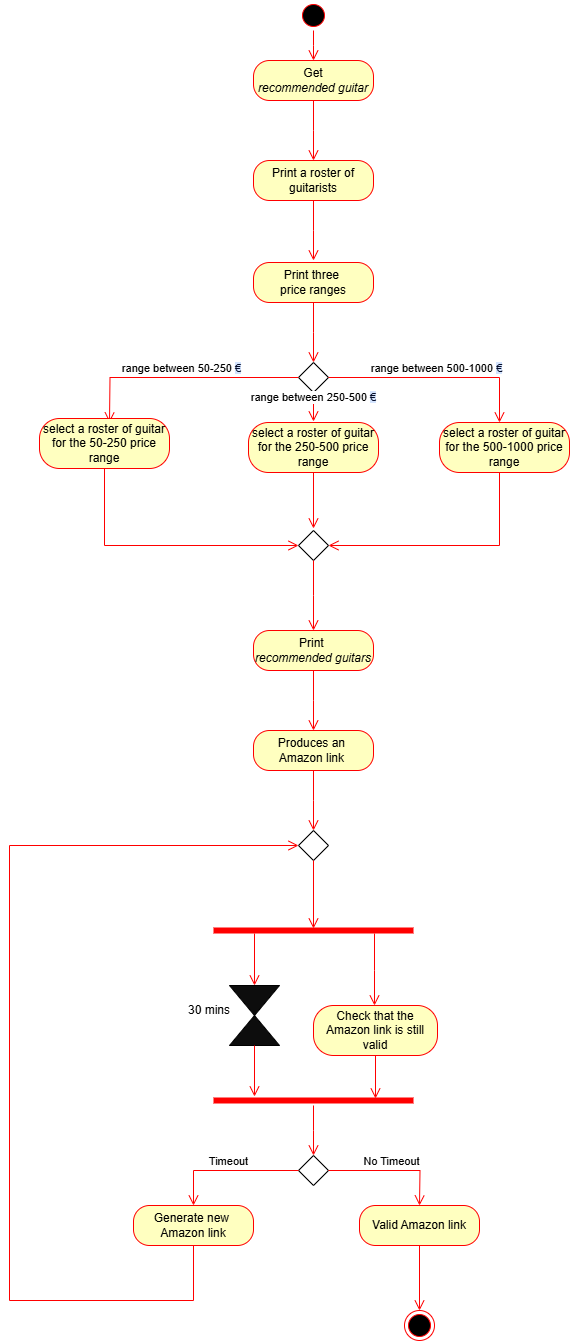
Above: ActivityDiagramM.drawio.png in TizianoLilli/ISPW-Project (draw.io), before the change. Source tidied: cells renumbered, new cells last; positions are measured from the earlier drawing's top-left corner, leaving out a move shared by most shapes.
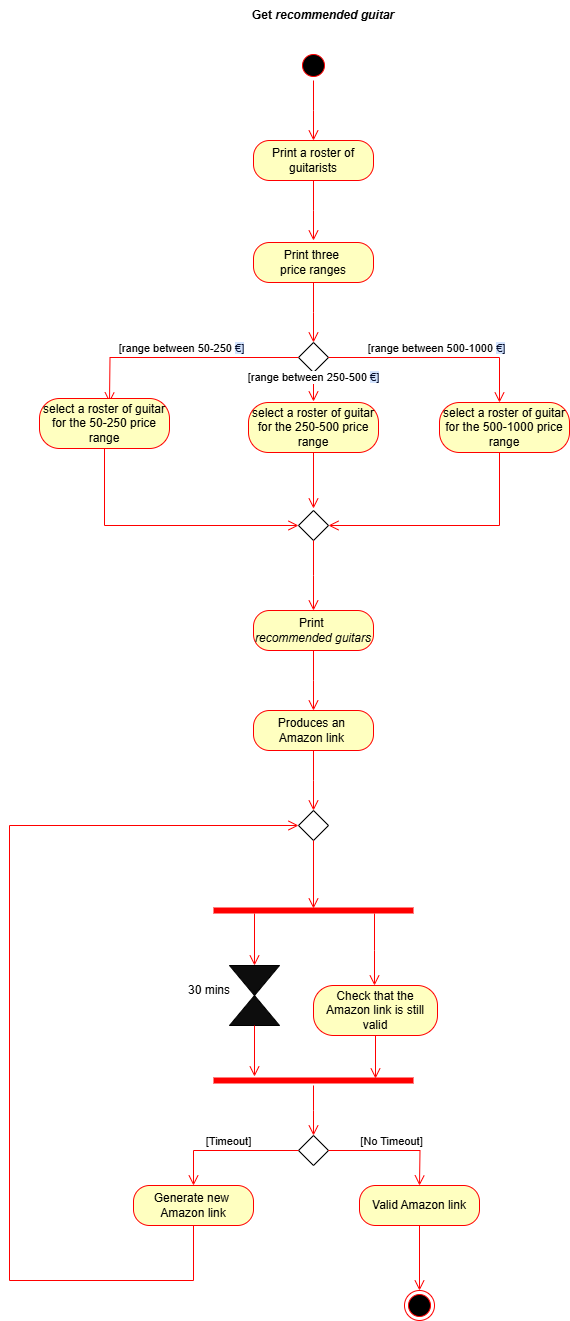
After the commit.

Change to the diagram source:
```diff
@@ -2,22 +2,6 @@
   <root>
     <mxCell id="0" />
     <mxCell id="1" parent="0" />
-    <mxCell id="2" style="ellipse;html=1;shape=startState;fillColor=#000000;strokeColor=#ff0000;" parent="1" vertex="1">
-      <mxGeometry x="289" width="30" height="30" as="geometry" />
-    </mxCell>
-    <mxCell id="3" style="edgeStyle=orthogonalEdgeStyle;html=1;verticalAlign=bottom;endArrow=open;endSize=8;strokeColor=#ff0000;rounded=0;" parent="1" edge="1" source="2">
-      <mxGeometry relative="1" as="geometry">
-        <mxPoint x="304" y="60" as="targetPoint" />
-      </mxGeometry>
-    </mxCell>
-    <mxCell id="4" value="Get&lt;br&gt;&lt;i&gt;recommended guitar&lt;/i&gt;" style="rounded=1;whiteSpace=wrap;html=1;arcSize=40;fontColor=#000000;fillColor=#ffffc0;strokeColor=#ff0000;" parent="1" vertex="1">
-      <mxGeometry x="244" y="60" width="120" height="40" as="geometry" />
-    </mxCell>
-    <mxCell id="5" style="edgeStyle=orthogonalEdgeStyle;html=1;verticalAlign=bottom;endArrow=open;endSize=8;strokeColor=#ff0000;rounded=0;" parent="1" edge="1" source="4">
-      <mxGeometry relative="1" as="geometry">
-        <mxPoint x="304" y="160" as="targetPoint" />
-      </mxGeometry>
-    </mxCell>
     <mxCell id="6" value="Print three&amp;nbsp;&lt;div&gt;price ranges&lt;/div&gt;" style="rounded=1;whiteSpace=wrap;html=1;arcSize=40;fontColor=#000000;fillColor=#ffffc0;strokeColor=#ff0000;" parent="1" vertex="1">
       <mxGeometry x="244" y="262" width="120" height="40" as="geometry" />
     </mxCell>
@@ -29,7 +13,7 @@
     <mxCell id="8" style="rhombus;whiteSpace=wrap;html=1;" parent="1" vertex="1">
       <mxGeometry x="289" y="362" width="30" height="30" as="geometry" />
     </mxCell>
-    <mxCell id="9" value="range between 500-1000&amp;nbsp;&lt;span style=&quot;text-wrap-mode: wrap; background-image: linear-gradient(90deg, rgb(211, 227, 253) 50%, rgba(0, 0, 0, 0) 50%); background-position: 0% 0px; background-size: 200% 100%; background-repeat: no-repeat; background-attachment: initial; background-origin: initial; background-clip: initial; color: rgb(4, 12, 40); animation: 0.75s cubic-bezier(0.05, 0.7, 0.1, 1) 0.25s 1 normal forwards running highlight; text-align: left;&quot;&gt;€&lt;/span&gt;" style="edgeStyle=orthogonalEdgeStyle;html=1;verticalAlign=bottom;endArrow=open;endSize=8;strokeColor=#ff0000;rounded=0;exitX=1;exitY=0.5;exitDx=0;exitDy=0;" parent="1" edge="1" source="8">
+    <mxCell id="9" value="[range between 500-1000&amp;nbsp;&lt;span style=&quot;text-wrap-mode: wrap; background-image: linear-gradient(90deg, rgb(211, 227, 253) 50%, rgba(0, 0, 0, 0) 50%); background-position: 0% 0px; background-size: 200% 100%; background-repeat: no-repeat; background-attachment: initial; background-origin: initial; background-clip: initial; color: rgb(4, 12, 40); animation: 0.75s cubic-bezier(0.05, 0.7, 0.1, 1) 0.25s 1 normal forwards running highlight; text-align: left;&quot;&gt;€]&lt;/span&gt;" style="edgeStyle=orthogonalEdgeStyle;html=1;verticalAlign=bottom;endArrow=open;endSize=8;strokeColor=#ff0000;rounded=0;exitX=1;exitY=0.5;exitDx=0;exitDy=0;" parent="1" edge="1" source="8">
       <mxGeometry relative="1" as="geometry">
         <mxPoint x="490" y="422" as="targetPoint" />
         <Array as="points">
@@ -46,7 +30,7 @@
         </Array>
       </mxGeometry>
     </mxCell>
-    <mxCell id="11" value="range between 250-500&amp;nbsp;&lt;span style=&quot;text-wrap-mode: wrap; background-image: linear-gradient(90deg, rgb(211, 227, 253) 50%, rgba(0, 0, 0, 0) 50%); background-position: 0% 0px; background-size: 200% 100%; background-repeat: no-repeat; background-attachment: initial; background-origin: initial; background-clip: initial; color: rgb(4, 12, 40); animation: 0.75s cubic-bezier(0.05, 0.7, 0.1, 1) 0.25s 1 normal forwards running highlight; text-align: left;&quot;&gt;€&lt;/span&gt;" style="edgeStyle=orthogonalEdgeStyle;html=1;verticalAlign=bottom;endArrow=open;endSize=8;strokeColor=#ff0000;rounded=0;exitX=0.5;exitY=1;exitDx=0;exitDy=0;" parent="1" edge="1">
+    <mxCell id="11" value="[range between 250-500&amp;nbsp;&lt;span style=&quot;text-wrap-mode: wrap; background-image: linear-gradient(90deg, rgb(211, 227, 253) 50%, rgba(0, 0, 0, 0) 50%); background-position: 0% 0px; background-size: 200% 100%; background-repeat: no-repeat; background-attachment: initial; background-origin: initial; background-clip: initial; color: rgb(4, 12, 40); animation: 0.75s cubic-bezier(0.05, 0.7, 0.1, 1) 0.25s 1 normal forwards running highlight; text-align: left;&quot;&gt;€]&lt;/span&gt;" style="edgeStyle=orthogonalEdgeStyle;html=1;verticalAlign=bottom;endArrow=open;endSize=8;strokeColor=#ff0000;rounded=0;exitX=0.5;exitY=1;exitDx=0;exitDy=0;" parent="1" edge="1">
       <mxGeometry relative="1" as="geometry">
         <mxPoint x="304" y="391" as="sourcePoint" />
         <mxPoint x="304" y="421" as="targetPoint" />
@@ -58,7 +42,7 @@
         <mxPoint x="304" y="528" as="targetPoint" />
       </mxGeometry>
     </mxCell>
-    <mxCell id="13" value="range between 50-250&amp;nbsp;&lt;span style=&quot;background-image: linear-gradient(90deg, rgb(211, 227, 253) 50%, rgba(0, 0, 0, 0) 50%); background-position: 0% 0px; background-size: 200% 100%; background-repeat: no-repeat; background-attachment: initial; background-origin: initial; background-clip: initial; color: rgb(4, 12, 40); animation: 0.75s cubic-bezier(0.05, 0.7, 0.1, 1) 0.25s 1 normal forwards running highlight; text-align: left; text-wrap-mode: wrap; background-color: rgb(255, 255, 255);&quot;&gt;&lt;font style=&quot;font-size: 11px;&quot;&gt;€&lt;/font&gt;&lt;/span&gt;" style="edgeStyle=orthogonalEdgeStyle;html=1;verticalAlign=bottom;endArrow=open;endSize=8;strokeColor=#ff0000;rounded=0;exitX=0;exitY=0.5;exitDx=0;exitDy=0;" parent="1" edge="1" source="8">
+    <mxCell id="13" value="[range between 50-250&amp;nbsp;&lt;span style=&quot;background-image: linear-gradient(90deg, rgb(211, 227, 253) 50%, rgba(0, 0, 0, 0) 50%); background-position: 0% 0px; background-size: 200% 100%; background-repeat: no-repeat; background-attachment: initial; background-origin: initial; background-clip: initial; color: rgb(4, 12, 40); animation: 0.75s cubic-bezier(0.05, 0.7, 0.1, 1) 0.25s 1 normal forwards running highlight; text-align: left; text-wrap-mode: wrap; background-color: rgb(255, 255, 255);&quot;&gt;&lt;font style=&quot;font-size: 11px;&quot;&gt;€]&lt;/font&gt;&lt;/span&gt;" style="edgeStyle=orthogonalEdgeStyle;html=1;verticalAlign=bottom;endArrow=open;endSize=8;strokeColor=#ff0000;rounded=0;exitX=0;exitY=0.5;exitDx=0;exitDy=0;" parent="1" edge="1" source="8">
       <mxGeometry relative="1" as="geometry">
         <mxPoint x="100" y="422" as="targetPoint" />
       </mxGeometry>
@@ -152,7 +136,7 @@
         <mxPoint x="304" y="1155" as="targetPoint" />
       </mxGeometry>
     </mxCell>
-    <mxCell id="38" value="No Timeout" style="edgeStyle=orthogonalEdgeStyle;html=1;verticalAlign=bottom;endArrow=open;endSize=8;strokeColor=#ff0000;rounded=0;exitX=1;exitY=0.5;exitDx=0;exitDy=0;" parent="1" edge="1" source="30">
+    <mxCell id="38" value="[No Timeout]" style="edgeStyle=orthogonalEdgeStyle;html=1;verticalAlign=bottom;endArrow=open;endSize=8;strokeColor=#ff0000;rounded=0;exitX=1;exitY=0.5;exitDx=0;exitDy=0;" parent="1" edge="1" source="30">
       <mxGeometry relative="1" as="geometry">
         <mxPoint x="410" y="1205" as="targetPoint" />
       </mxGeometry>
@@ -160,7 +144,7 @@
     <mxCell id="39" value="Valid Amazon link" style="rounded=1;whiteSpace=wrap;html=1;arcSize=40;fontColor=#000000;fillColor=#ffffc0;strokeColor=#ff0000;" parent="1" vertex="1">
       <mxGeometry x="350" y="1205" width="120" height="40" as="geometry" />
     </mxCell>
-    <mxCell id="40" value="Timeout" style="edgeStyle=orthogonalEdgeStyle;html=1;verticalAlign=bottom;endArrow=open;endSize=8;strokeColor=#ff0000;rounded=0;exitX=0;exitY=0.5;exitDx=0;exitDy=0;" parent="1" edge="1" source="30" target="41">
+    <mxCell id="40" value="[Timeout]" style="edgeStyle=orthogonalEdgeStyle;html=1;verticalAlign=bottom;endArrow=open;endSize=8;strokeColor=#ff0000;rounded=0;exitX=0;exitY=0.5;exitDx=0;exitDy=0;" parent="1" edge="1" source="30" target="41">
       <mxGeometry relative="1" as="geometry" />
     </mxCell>
     <mxCell id="41" value="Generate new&amp;nbsp;&lt;div&gt;Amazon link&lt;/div&gt;" style="rounded=1;whiteSpace=wrap;html=1;arcSize=40;fontColor=#000000;fillColor=#ffffc0;strokeColor=#ff0000;" parent="1" vertex="1">
@@ -187,5 +171,16 @@
     <mxCell id="46" style="edgeStyle=orthogonalEdgeStyle;html=1;verticalAlign=bottom;endArrow=open;endSize=8;strokeColor=#ff0000;rounded=0;entryX=0.5;entryY=0;entryDx=0;entryDy=0;exitX=0.5;exitY=1;exitDx=0;exitDy=0;" parent="1" edge="1" source="39" target="45">
       <mxGeometry relative="1" as="geometry" />
     </mxCell>
+    <mxCell id="47" style="ellipse;html=1;shape=startState;fillColor=#000000;strokeColor=#ff0000;" parent="1" vertex="1">
+      <mxGeometry x="289" y="70" width="30" height="30" as="geometry" />
+    </mxCell>
+    <mxCell id="48" style="edgeStyle=orthogonalEdgeStyle;html=1;verticalAlign=bottom;endArrow=open;endSize=8;strokeColor=#ff0000;rounded=0;" parent="1" edge="1" source="47">
+      <mxGeometry relative="1" as="geometry">
+        <mxPoint x="304" y="160" as="targetPoint" />
+      </mxGeometry>
+    </mxCell>
+    <mxCell id="4" value="&lt;b&gt;Get &lt;i&gt;recommended guitar&lt;/i&gt;&lt;/b&gt;" style="text;html=1;align=center;verticalAlign=middle;whiteSpace=wrap;rounded=0;" parent="1" vertex="1">
+      <mxGeometry x="224" y="20" width="180" height="30" as="geometry" />
+    </mxCell>
   </root>
 </mxGraphModel>
```
